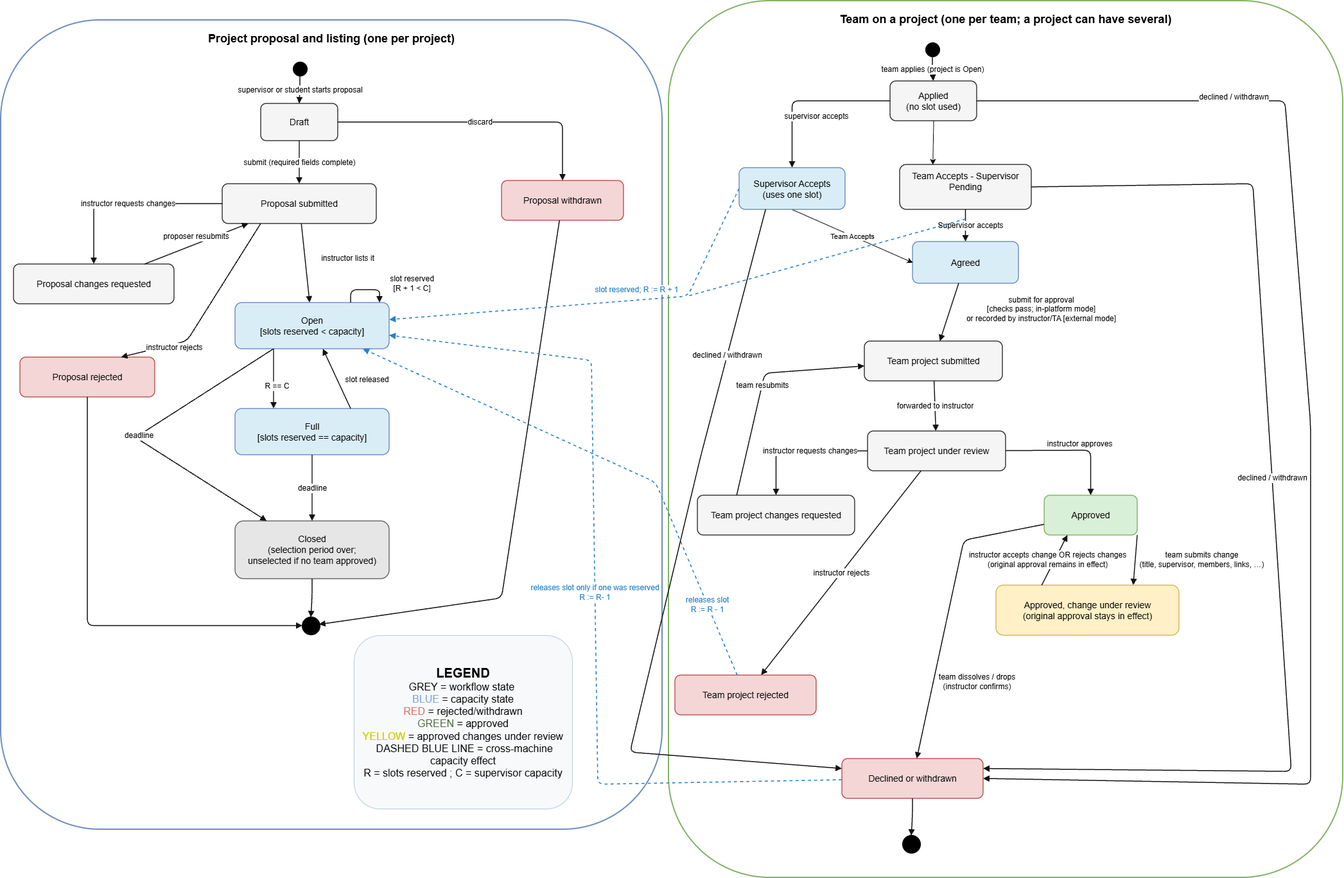
Above: docs/SRS/ProjectLifecycleStateDiagram.png in Ayushpatel2026/Keystone (draw.io), before the change. Source tidied: cells renumbered, new cells last; positions are measured from the earlier drawing's top-left corner, leaving out a move shared by most shapes.
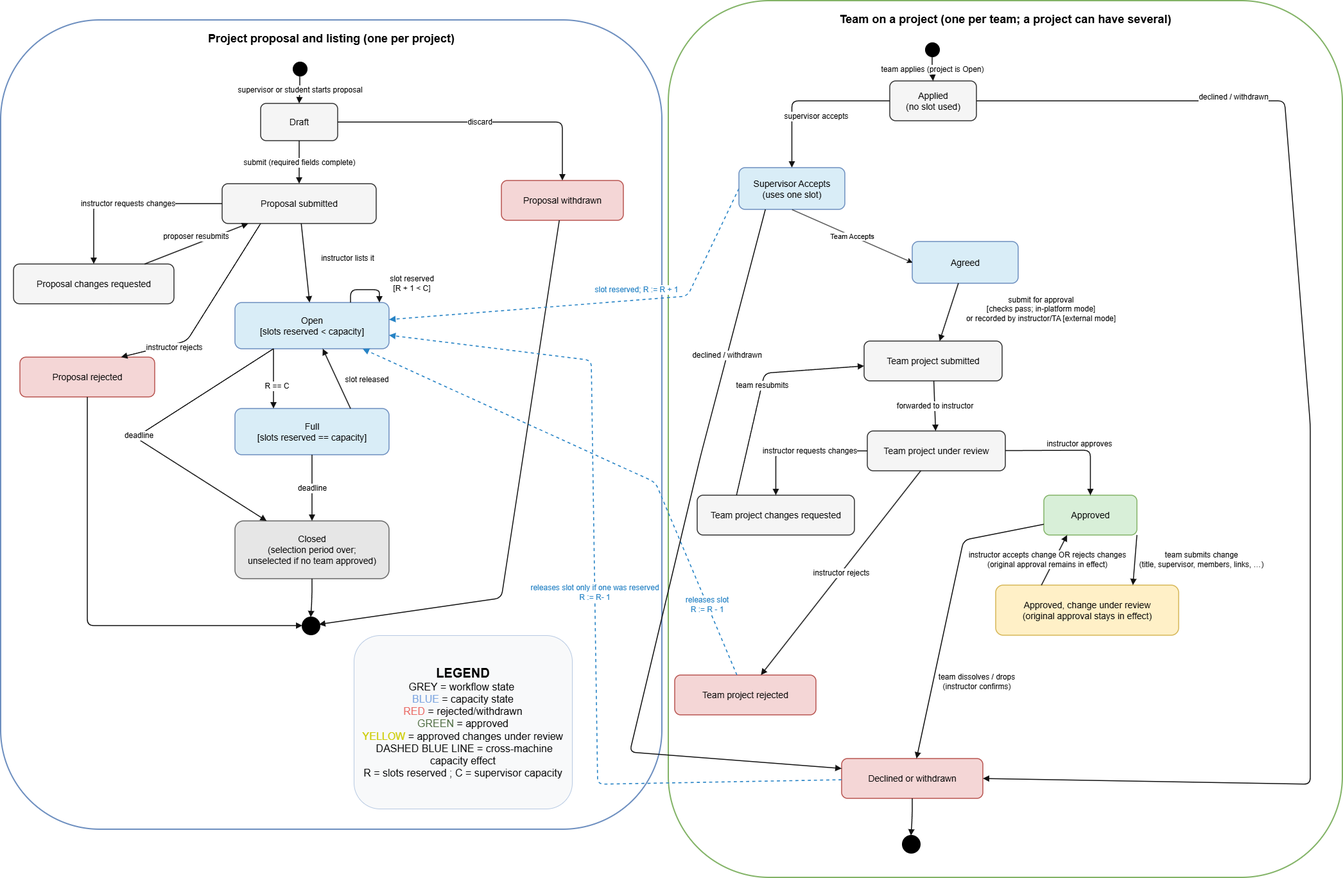
After the change.

Commit message:
Updated Figure 2 Diagram to remove the Team Accept Supervisor Pending state

Diff of the diagram source:
```diff
@@ -44,9 +44,6 @@
     <mxCell id="15" value="Applied&lt;br&gt;(no slot used)" style="rounded=1;whiteSpace=wrap;html=1;fillColor=#F5F5F5;strokeColor=#333333;strokeWidth=1.5;fontSize=14;spacing=8;" parent="1" vertex="1">
       <mxGeometry x="1385" y="125" width="135" height="62" as="geometry" />
     </mxCell>
-    <mxCell id="16" value="Team Accepts - Supervisor Pending&lt;div&gt;&lt;br/&gt;&lt;/div&gt;" style="rounded=1;whiteSpace=wrap;html=1;fillColor=#F5F5F5;strokeColor=#333333;strokeWidth=1.5;fontSize=14;spacing=8;" parent="1" vertex="1">
-      <mxGeometry x="1400" y="255" width="205" height="70" as="geometry" />
-    </mxCell>
     <mxCell id="17" value="Agreed" style="rounded=1;whiteSpace=wrap;html=1;fillColor=#D9EDF7;strokeColor=#6C8EBF;strokeWidth=1.5;fontSize=14;spacing=8;" parent="1" vertex="1">
       <mxGeometry x="1420" y="375" width="165" height="65" as="geometry" />
     </mxCell>
@@ -158,17 +155,6 @@
         </Array>
       </mxGeometry>
     </mxCell>
-    <mxCell id="44" value="Supervisor accepts" style="rounded=1;jettySize=auto;html=1;endArrow=block;endFill=1;strokeWidth=1.5;fontSize=12;labelBackgroundColor=#FFFFFF;strokeColor=#111111;" parent="1" edge="1" source="16" target="17">
-      <mxGeometry y="7" relative="1" as="geometry" />
-    </mxCell>
-    <mxCell id="45" value="declined / withdrawn" style="rounded=1;jettySize=auto;html=1;endArrow=block;endFill=1;strokeWidth=1.5;fontSize=12;labelBackgroundColor=#FFFFFF;strokeColor=#111111;exitX=1;exitY=0.5;exitDx=0;exitDy=0;entryX=1;entryY=0.25;entryDx=0;entryDy=0;" parent="1" edge="1" source="16" target="24">
-      <mxGeometry x="-0.08" relative="1" as="geometry">
-        <Array as="points">
-          <mxPoint x="1950" y="285" />
-          <mxPoint x="2010" y="1200" />
-        </Array>
-      </mxGeometry>
-    </mxCell>
     <mxCell id="46" value="submit for approval&lt;br&gt;[checks pass; in-platform mode]&lt;br&gt;or recorded by instructor/TA [external mode]" style="rounded=1;jettySize=auto;html=1;endArrow=block;endFill=1;strokeWidth=1.5;fontSize=12;labelBackgroundColor=#FFFFFF;strokeColor=#111111;" parent="1" edge="1" source="17" target="18">
       <mxGeometry x="-1" y="134" relative="1" as="geometry">
         <mxPoint x="1" y="-2" as="offset" />
@@ -258,14 +244,5 @@
         </Array>
       </mxGeometry>
     </mxCell>
-    <mxCell id="64" style="endArrow=classic;html=1;rounded=0;defaultLabelBackgroundColor=gap;entryX=0.25;entryY=0;entryDx=0;entryDy=0;exitX=0.5;exitY=1;exitDx=0;exitDy=0;" parent="1" edge="1" source="15" target="16">
-      <mxGeometry relative="1" as="geometry" />
-    </mxCell>
-    <mxCell id="65" style="rounded=1;orthogonalLoop=1;jettySize=auto;html=1;endArrow=none;endFill=0;strokeWidth=1.5;fontSize=12;labelBackgroundColor=#FFFFFF;dashed=1;strokeColor=#2783C5;fontColor=#2783C5;strokeWidth=1.6;" parent="1" edge="1">
-      <mxGeometry x="-0.08" y="-16" relative="1" as="geometry">
-        <mxPoint x="1502.5" y="340" as="sourcePoint" />
-        <mxPoint x="1070" y="460" as="targetPoint" />
-      </mxGeometry>
-    </mxCell>
   </root>
 </mxGraphModel>
```
